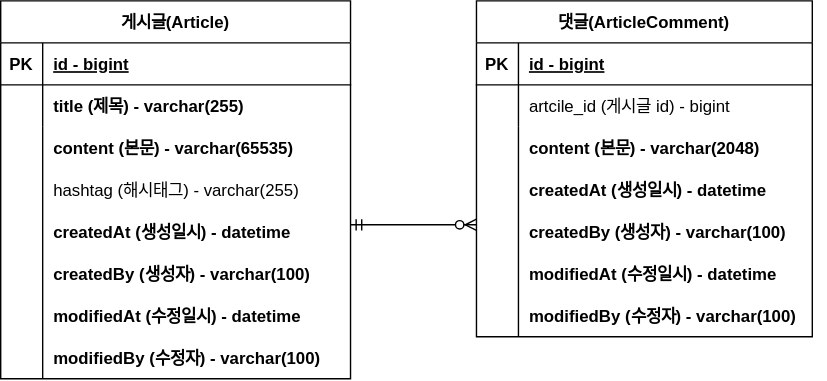
The draw.io diagram board_erd.svg in pauljerricho/board_1, before a commit. Source tidied: cells renumbered, new cells last; positions are measured from the earlier drawing's top-left corner, leaving out a move shared by most shapes.
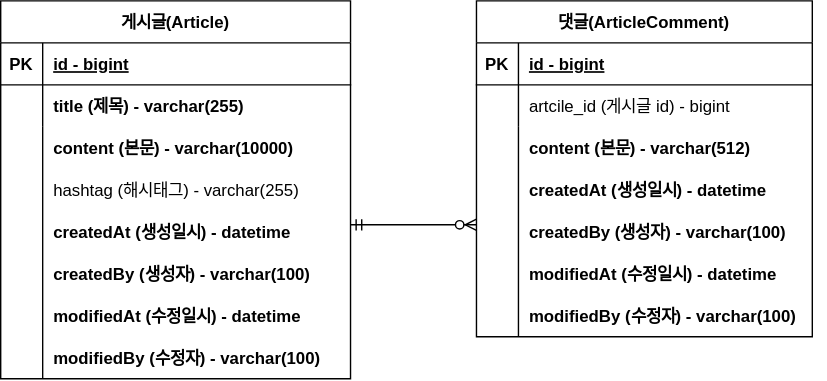
The same file after the commit.

Commit message:
#10 - ERD 업데이트

Change to the diagram source:
```diff
@@ -23,7 +23,7 @@
     <mxCell id="8" value="title (제목) - varchar(255)" style="shape=partialRectangle;overflow=hidden;fillColor=none;top=0;left=0;bottom=0;right=0;align=left;spacingLeft=6;fontStyle=1;" parent="6" vertex="1">
       <mxGeometry x="30" width="220" height="30" as="geometry" />
     </mxCell>
-    <mxCell id="9" value="content (본문) - varchar(65535)" style="shape=partialRectangle;overflow=hidden;fillColor=none;top=0;left=0;bottom=0;right=0;align=left;spacingLeft=6;fontStyle=1;" parent="1" vertex="1">
+    <mxCell id="9" value="content (본문) - varchar(10000)" style="shape=partialRectangle;overflow=hidden;fillColor=none;top=0;left=0;bottom=0;right=0;align=left;spacingLeft=6;fontStyle=1;" parent="1" vertex="1">
       <mxGeometry x="30" y="90" width="220" height="30" as="geometry" />
     </mxCell>
     <mxCell id="10" value="hashtag (해시태그) - varchar(255)" style="shape=partialRectangle;overflow=hidden;fillColor=none;top=0;left=0;bottom=0;right=0;align=left;spacingLeft=6;" parent="1" vertex="1">
@@ -68,7 +68,7 @@
     <mxCell id="22" value="artcile_id (게시글 id) - bigint" style="shape=partialRectangle;overflow=hidden;fillColor=none;top=0;left=0;bottom=0;right=0;align=left;spacingLeft=6;" parent="20" vertex="1">
       <mxGeometry x="30" width="210" height="30" as="geometry" />
     </mxCell>
-    <mxCell id="23" value="content (본문) - varchar(2048)" style="shape=partialRectangle;overflow=hidden;fillColor=none;top=0;left=0;bottom=0;right=0;align=left;spacingLeft=6;fontStyle=1;" parent="1" vertex="1">
+    <mxCell id="23" value="content (본문) - varchar(512)" style="shape=partialRectangle;overflow=hidden;fillColor=none;top=0;left=0;bottom=0;right=0;align=left;spacingLeft=6;fontStyle=1;" parent="1" vertex="1">
       <mxGeometry x="370" y="90" width="220" height="30" as="geometry" />
     </mxCell>
     <mxCell id="24" value="createdAt (생성일시) - datetime" style="shape=partialRectangle;overflow=hidden;fillColor=none;top=0;left=0;bottom=0;right=0;align=left;spacingLeft=6;fontStyle=1;" parent="1" vertex="1">
```
